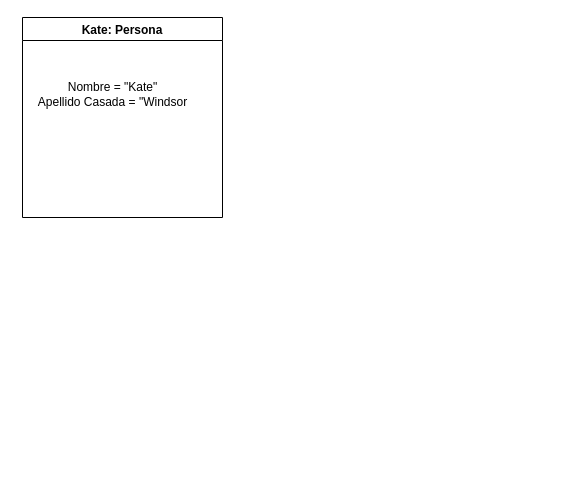
Earlier version of the draw.io diagram Ejercicio 2.drawio (ESTHERRODRIGUEZGARCIA/TrabajoGrupal1-EDA). Source tidied: cells renumbered, new cells numbered last; positions are measured from the earlier drawing's top-left corner, leaving out a move shared by most shapes. Both pictures are drawn from the tidied source at 100%, with x=0, y=0 at pixel (22, 17).
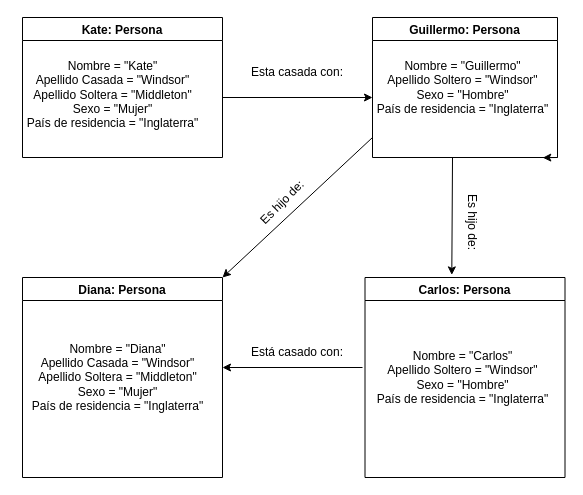
After the change.

Change to the diagram source:
```diff
@@
     <mxCell id="2" value="Kate: Persona" style="swimlane;" parent="1" vertex="1">
-      <mxGeometry width="200" height="200" as="geometry" />
+      <mxGeometry width="200" height="140" as="geometry" />
     </mxCell>
-    <mxCell id="3" value="&lt;br&gt;Nombre = &quot;Kate&quot;&lt;br&gt;Apellido Casada = &quot;Windsor" style="text;html=1;align=center;verticalAlign=middle;strokeColor=none;fillColor=none;" parent="1" vertex="1">
-      <mxGeometry x="5" y="45" width="170" height="50" as="geometry" />
+    <mxCell id="3" value="&lt;br&gt;Nombre = &quot;Kate&quot;&lt;br&gt;Apellido Casada = &quot;Windsor&quot;&lt;br&gt;Apellido Soltera = &quot;Middleton&quot;&lt;br&gt;Sexo = &quot;Mujer&quot;&lt;br&gt;País de residencia = &quot;Inglaterra&quot;" style="text;html=1;align=center;verticalAlign=middle;strokeColor=none;fillColor=none;" parent="1" vertex="1">
+      <mxGeometry x="-5" y="25" width="190" height="90" as="geometry" />
     </mxCell>
+    <mxCell id="4" style="edgeStyle=none;html=1;exitX=1;exitY=1;exitDx=0;exitDy=0;" parent="1" edge="1" source="5">
+      <mxGeometry relative="1" as="geometry">
+        <mxPoint x="520.3" y="140.2" as="targetPoint" />
+      </mxGeometry>
+    </mxCell>
+    <mxCell id="5" value="Guillermo: Persona" style="swimlane;" parent="1" vertex="1">
+      <mxGeometry x="350" width="185" height="140" as="geometry" />
+    </mxCell>
+    <mxCell id="6" value="Nombre = &quot;Guillermo&quot;&lt;br&gt;Apellido Soltero = &quot;Windsor&quot;&lt;br&gt;Sexo = &quot;Hombre&quot;&lt;br&gt;País de residencia = &quot;Inglaterra&quot;&lt;br&gt;" style="text;html=1;align=center;verticalAlign=middle;strokeColor=none;fillColor=none;" parent="5" vertex="1">
+      <mxGeometry x="-5" y="40" width="190" height="60" as="geometry" />
+    </mxCell>
+    <mxCell id="7" style="endArrow=classic;html=1;" parent="1" edge="1">
+      <mxGeometry relative="1" as="geometry">
+        <mxPoint x="200" y="80" as="sourcePoint" />
+        <mxPoint x="350" y="80" as="targetPoint" />
+      </mxGeometry>
+    </mxCell>
+    <mxCell id="8" value="Esta casada con:" style="text;html=1;strokeColor=none;fillColor=none;align=center;verticalAlign=middle;whiteSpace=wrap;rounded=0;" parent="1" vertex="1">
+      <mxGeometry x="220" y="40" width="110" height="30" as="geometry" />
+    </mxCell>
+    <mxCell id="9" value="Diana: Persona" style="swimlane;" parent="1" vertex="1">
+      <mxGeometry y="260" width="200" height="200" as="geometry" />
+    </mxCell>
+    <mxCell id="10" value="Nombre = &quot;Diana&quot;&lt;br&gt;Apellido Casada = &quot;Windsor&quot;&lt;br&gt;Apellido Soltera = &quot;Middleton&quot;&lt;br&gt;Sexo = &quot;Mujer&quot;&lt;br&gt;País de residencia = &quot;Inglaterra&quot;" style="text;html=1;align=center;verticalAlign=middle;strokeColor=none;fillColor=none;" parent="9" vertex="1">
+      <mxGeometry y="60" width="190" height="80" as="geometry" />
+    </mxCell>
+    <mxCell id="11" value="Carlos: Persona" style="swimlane;" parent="1" vertex="1">
+      <mxGeometry x="342.5" y="260" width="200" height="200" as="geometry" />
+    </mxCell>
+    <mxCell id="12" value="Nombre = &quot;Carlos&quot;&lt;br&gt;Apellido Soltero = &quot;Windsor&quot;&lt;br&gt;Sexo = &quot;Hombre&quot;&lt;br&gt;País de residencia = &quot;Inglaterra&quot;" style="text;html=1;align=center;verticalAlign=middle;strokeColor=none;fillColor=none;" parent="11" vertex="1">
+      <mxGeometry x="2.5" y="70" width="190" height="60" as="geometry" />
+    </mxCell>
+    <mxCell id="13" style="endArrow=classic;html=1;entryX=1;entryY=0;entryDx=0;entryDy=0;" parent="1" edge="1" target="9">
+      <mxGeometry relative="1" as="geometry">
+        <mxPoint x="350" y="120" as="sourcePoint" />
+      </mxGeometry>
+    </mxCell>
+    <mxCell id="14" value="Es hijo de:" style="text;html=1;strokeColor=none;fillColor=none;align=center;verticalAlign=middle;whiteSpace=wrap;rounded=0;rotation=-45;" parent="1" vertex="1">
+      <mxGeometry x="230" y="170" width="60" height="30" as="geometry" />
+    </mxCell>
+    <mxCell id="15" style="endArrow=classic;html=1;entryX=0.434;entryY=-0.013;entryDx=0;entryDy=0;entryPerimeter=0;" parent="1" edge="1" target="11">
+      <mxGeometry relative="1" as="geometry">
+        <mxPoint x="430" y="140" as="sourcePoint" />
+      </mxGeometry>
+    </mxCell>
+    <mxCell id="16" value="Es hijo de:&lt;br&gt;" style="text;html=1;strokeColor=none;fillColor=none;align=center;verticalAlign=middle;whiteSpace=wrap;rounded=0;rotation=90;" parent="1" vertex="1">
+      <mxGeometry x="420" y="190" width="60" height="30" as="geometry" />
+    </mxCell>
+    <mxCell id="17" style="endArrow=classic;html=1;" parent="1" edge="1">
+      <mxGeometry relative="1" as="geometry">
+        <mxPoint x="340" y="350" as="sourcePoint" />
+        <mxPoint x="200" y="350" as="targetPoint" />
+      </mxGeometry>
+    </mxCell>
+    <mxCell id="18" value="Está casado con:" style="text;html=1;strokeColor=none;fillColor=none;align=center;verticalAlign=middle;whiteSpace=wrap;rounded=0;" parent="1" vertex="1">
+      <mxGeometry x="225" y="320" width="100" height="30" as="geometry" />
+    </mxCell>
```
